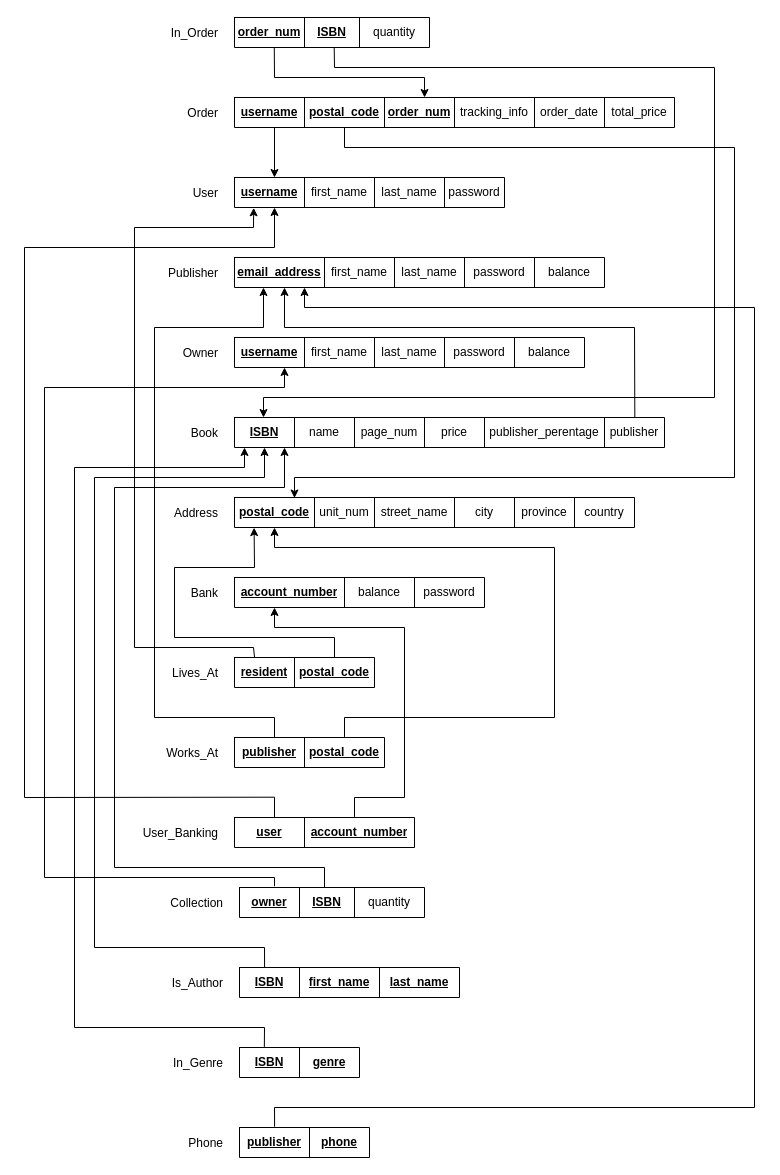
MiniEinsteinD/BookStore keeps this draw.io diagram as Diagrams/2.2 Reduction to Relation Schema.drawio. Above is the earlier version. Source tidied: cells renumbered, new cells numbered last; positions are measured from the earlier drawing's top-left corner, leaving out a move shared by most shapes. Both pictures are drawn from the tidied source at 100%, with x=0, y=0 at pixel (24, 17).
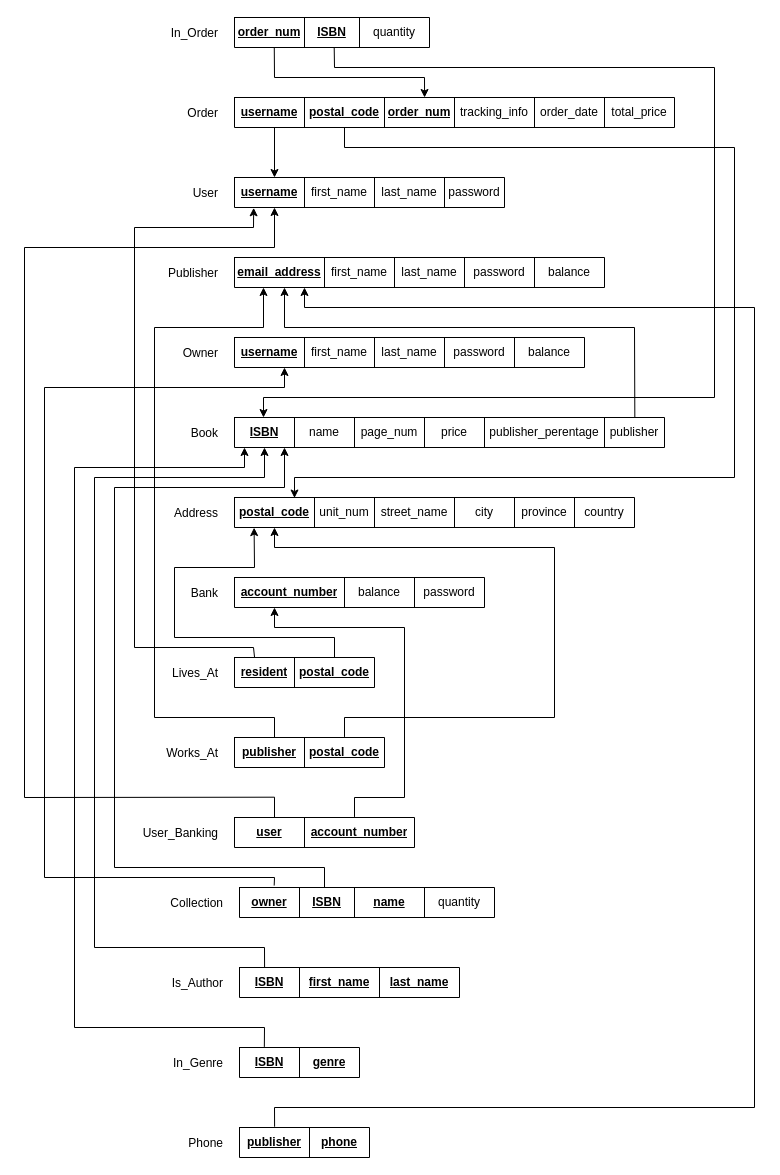
The same page after the edit.

Commit message (it also covers changes not shown here):
added collection_name, edited owner.py

What changed in the source:
```diff
@@
     <mxCell id="57" style="shape=table;html=1;whiteSpace=wrap;startSize=0;childLayout=tableLayout;" parent="1" vertex="1">
-      <mxGeometry x="215" y="870" width="185" height="30" as="geometry" />
+      <mxGeometry x="215" y="870" width="255" height="30" as="geometry" />
     </mxCell>
     <mxCell id="58" style="shape=partialRectangle;html=1;whiteSpace=wrap;fillColor=none;top=0;left=0;bottom=0;right=0;points=[[0,0.5],[1,0.5]];portConstraint=eastwest;" parent="57" vertex="1">
-      <mxGeometry width="185" height="30" as="geometry" />
+      <mxGeometry width="255" height="30" as="geometry" />
     </mxCell>
@@
-    <mxCell id="61" value="quantity" style="shape=partialRectangle;html=1;whiteSpace=wrap;fillColor=none;top=0;left=0;bottom=0;right=0;overflow=hidden;" parent="58" vertex="1">
+    <mxCell id="61" value="&lt;u&gt;&lt;b&gt;name&lt;/b&gt;&lt;/u&gt;" style="shape=partialRectangle;html=1;whiteSpace=wrap;fillColor=none;top=0;left=0;bottom=0;right=0;overflow=hidden;" parent="58" vertex="1">
       <mxGeometry x="115" width="70" height="30" as="geometry" />
     </mxCell>
+    <mxCell id="117" value="quantity" style="shape=partialRectangle;html=1;whiteSpace=wrap;fillColor=none;top=0;left=0;bottom=0;right=0;overflow=hidden;" parent="58" vertex="1">
+      <mxGeometry x="185" width="70" height="30" as="geometry" />
+    </mxCell>
@@
-    <mxCell id="63" style="endArrow=classic;html=1;rounded=0;exitX=0.189;exitY=-0.042;exitDx=0;exitDy=0;exitPerimeter=0;" parent="1" edge="1" source="58">
+    <mxCell id="63" style="endArrow=classic;html=1;rounded=0;exitX=0.136;exitY=-0.065;exitDx=0;exitDy=0;exitPerimeter=0;" parent="1" edge="1" source="58">
       <mxGeometry relative="1" as="geometry">
         <mxPoint x="260" y="350" as="targetPoint" />
         <Array as="points">
           <mxPoint x="250" y="860" />
           <mxPoint x="20" y="860" />
           <mxPoint x="20" y="370" />
           <mxPoint x="260" y="370" />
         </Array>
       </mxGeometry>
     </mxCell>
```
